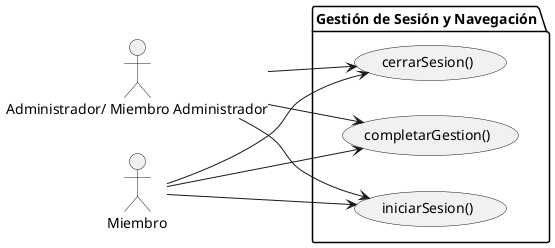
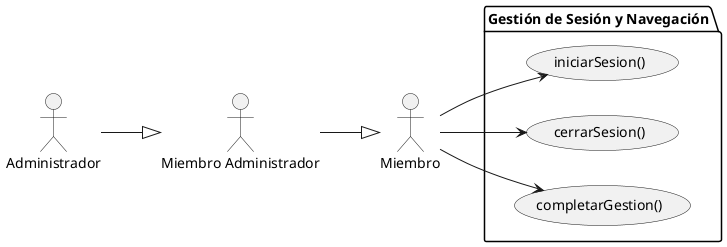
- @startuml DiagramaGestionSesionYNavegacion
+ @startuml DiagramaGestionSesionVertical
left to right direction

- actor "Administrador/ Miembro Administrador" as Admin
+ actor "Administrador" as Admin
+ actor "Miembro Administrador" as MiemAdmin
actor "Miembro" as Miem
+ 
+ Admin -down-|> MiemAdmin
+ MiemAdmin -down-|> Miem

package "Gestión de Sesión y Navegación" {
    usecase "iniciarSesion()" as UC_S1
    usecase "cerrarSesion()" as UC_S2
    usecase "completarGestion()" as UC_S3
}

- ' Relaciones para el Administrador
- Admin --> UC_S1
- Admin --> UC_S2
- Admin --> UC_S3
- 
- 
- 
- ' Relaciones para el Miembro
Miem --> UC_S1
Miem --> UC_S2
Miem --> UC_S3

@enduml